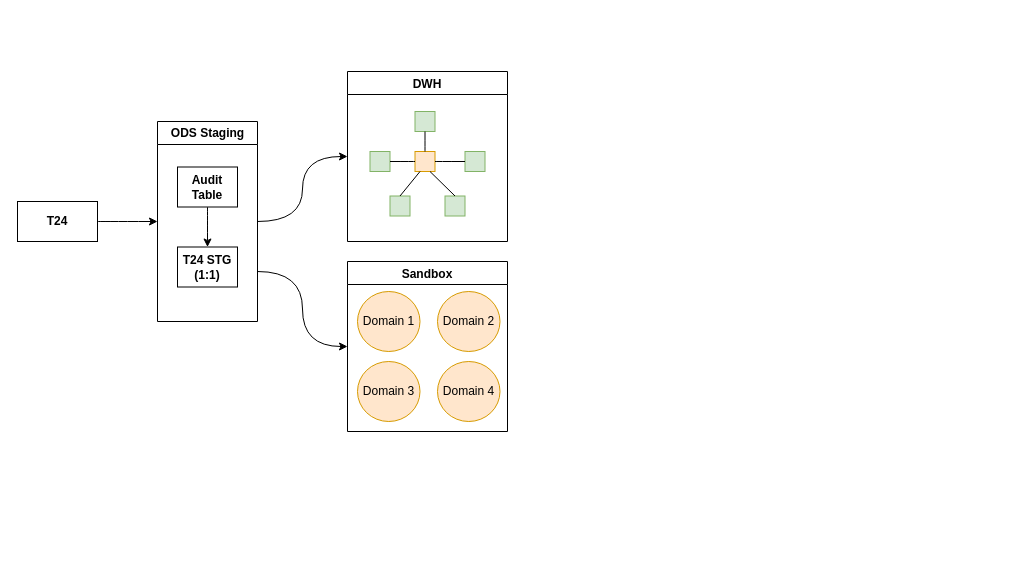
This is page "Page-3" (3 of 3) of DWH-architecture-business-steps.drawio from uyennt01/Project1, a draw.io file, before an edit. Source tidied: cells renumbered, new cells numbered last; positions are measured from the earlier drawing's top-left corner, leaving out a move shared by most shapes. Both pictures are drawn from the tidied source at 100%, with x=0, y=0 at pixel (17, 71).
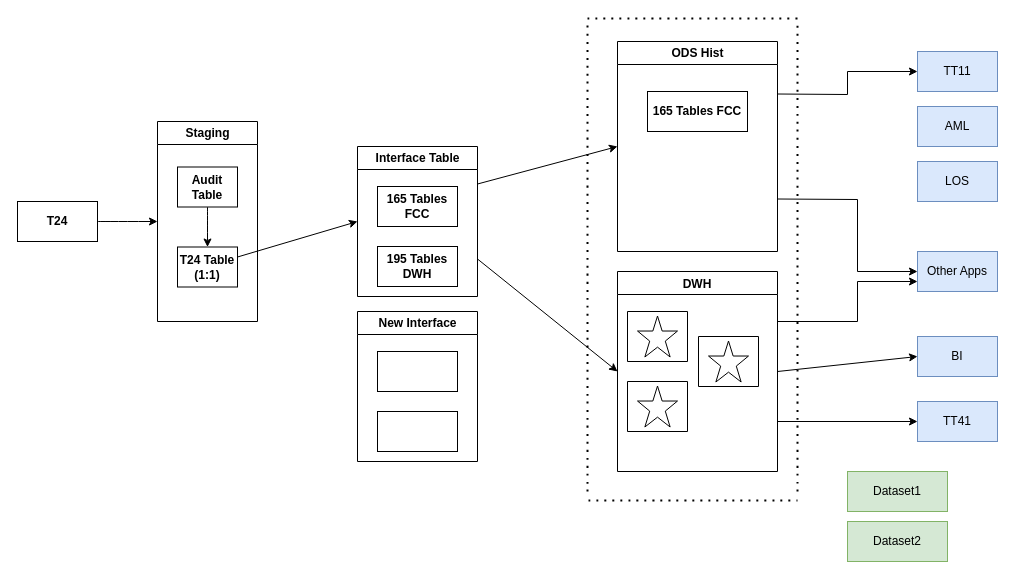
The same page after the edit.

What changed in the source:
```diff
@@
-    <mxCell id="3" value="ODS Staging" style="swimlane;fontFamily=Helvetica;fontSize=12;fontColor=default;align=center;strokeColor=default;fillColor=default;html=1;" parent="1" vertex="1">
+    <mxCell id="3" value="Staging" style="swimlane;fontFamily=Helvetica;fontSize=12;fontColor=default;align=center;strokeColor=default;fillColor=default;html=1;" parent="1" vertex="1">
       <mxGeometry x="140" y="50" width="100" height="200" as="geometry" />
     </mxCell>
@@
-    <mxCell id="5" value="T24 STG (1:1)" style="rounded=0;whiteSpace=wrap;html=1;fontSize=12;fontColor=#000000;fontStyle=1;" parent="3" vertex="1">
+    <mxCell id="5" value="T24 Table (1:1)" style="rounded=0;whiteSpace=wrap;html=1;fontSize=12;fontColor=#000000;fontStyle=1;" parent="3" vertex="1">
       <mxGeometry x="20" y="125.5" width="60" height="40" as="geometry" />
     </mxCell>
@@
     <mxCell id="8" value="DWH" style="swimlane;swimlaneFillColor=none;rounded=0;" parent="1" vertex="1">
-      <mxGeometry x="330" width="160" height="170" as="geometry" />
+      <mxGeometry x="600" y="200" width="160" height="200" as="geometry" />
     </mxCell>
-    <mxCell id="9" style="whiteSpace=wrap;html=1;rounded=0;fillColor=#d5e8d4;strokeColor=#82b366;" parent="8" vertex="1">
-      <mxGeometry x="67.5" y="40" width="20" height="20" as="geometry" />
-    </mxCell>
-    <mxCell id="10" style="whiteSpace=wrap;html=1;rounded=0;fillColor=#ffe6cc;strokeColor=#d79b00;" parent="8" vertex="1">
-      <mxGeometry x="67.5" y="80" width="20" height="20" as="geometry" />
-    </mxCell>
-    <mxCell id="11" style="edgeStyle=orthogonalEdgeStyle;jettySize=auto;html=1;entryX=0.5;entryY=1;entryDx=0;entryDy=0;endArrow=none;endFill=0;rounded=0;curved=1;exitX=0.5;exitY=0;exitDx=0;exitDy=0;" parent="8" edge="1" source="10" target="9">
-      <mxGeometry relative="1" as="geometry" />
-    </mxCell>
-    <mxCell id="12" style="whiteSpace=wrap;html=1;rounded=0;fillColor=#d5e8d4;strokeColor=#82b366;" parent="8" vertex="1">
-      <mxGeometry x="22.5" y="80" width="20" height="20" as="geometry" />
-    </mxCell>
-    <mxCell id="13" style="whiteSpace=wrap;html=1;rounded=0;fillColor=#d5e8d4;strokeColor=#82b366;" parent="8" vertex="1">
-      <mxGeometry x="117.5" y="80" width="20" height="20" as="geometry" />
-    </mxCell>
-    <mxCell id="14" style="edgeStyle=orthogonalEdgeStyle;jettySize=auto;html=1;entryX=1;entryY=0.5;entryDx=0;entryDy=0;endArrow=none;endFill=0;rounded=0;curved=1;exitX=0;exitY=0.5;exitDx=0;exitDy=0;" parent="8" edge="1" source="10" target="12">
-      <mxGeometry relative="1" as="geometry" />
-    </mxCell>
-    <mxCell id="15" style="edgeStyle=orthogonalEdgeStyle;jettySize=auto;html=1;exitX=1;exitY=0.5;exitDx=0;exitDy=0;endArrow=none;endFill=0;rounded=0;curved=1;entryX=0;entryY=0.5;entryDx=0;entryDy=0;" parent="8" edge="1" source="10" target="13">
-      <mxGeometry relative="1" as="geometry" />
-    </mxCell>
-    <mxCell id="16" style="whiteSpace=wrap;html=1;rounded=0;fillColor=#d5e8d4;strokeColor=#82b366;" parent="8" vertex="1">
-      <mxGeometry x="42.5" y="124.5" width="20" height="20" as="geometry" />
-    </mxCell>
-    <mxCell id="17" style="whiteSpace=wrap;html=1;rounded=0;fillColor=#d5e8d4;strokeColor=#82b366;" parent="8" vertex="1">
-      <mxGeometry x="97.5" y="124.5" width="20" height="20" as="geometry" />
-    </mxCell>
-    <mxCell id="18" style="endArrow=none;html=1;rounded=0;exitX=0.5;exitY=0;exitDx=0;exitDy=0;entryX=0.25;entryY=1;entryDx=0;entryDy=0;" parent="8" edge="1" source="16" target="10">
-      <mxGeometry relative="1" as="geometry" />
-    </mxCell>
-    <mxCell id="19" style="endArrow=none;html=1;rounded=0;exitX=0.5;exitY=0;exitDx=0;exitDy=0;entryX=0.75;entryY=1;entryDx=0;entryDy=0;" parent="8" edge="1" source="17" target="10">
-      <mxGeometry relative="1" as="geometry" />
-    </mxCell>
-    <mxCell id="20" style="edgeStyle=orthogonalEdgeStyle;jettySize=auto;html=1;rounded=0;curved=1;entryX=0;entryY=0.5;entryDx=0;entryDy=0;exitX=1;exitY=0.5;exitDx=0;exitDy=0;" parent="1" edge="1" source="3" target="8">
-      <mxGeometry relative="1" as="geometry" />
-    </mxCell>
-    <mxCell id="21" value="Sandbox" style="swimlane;swimlaneFillColor=none;rounded=0;" parent="1" vertex="1">
-      <mxGeometry x="330" y="190" width="160" height="170" as="geometry" />
-    </mxCell>
-    <mxCell id="22" value="Domain 2" style="ellipse;whiteSpace=wrap;html=1;fillColor=#ffe6cc;strokeColor=#d79b00;rounded=0;" parent="21" vertex="1">
-      <mxGeometry x="90" y="30" width="62.5" height="60" as="geometry" />
-    </mxCell>
-    <mxCell id="23" value="Domain 1" style="ellipse;whiteSpace=wrap;html=1;fillColor=#ffe6cc;strokeColor=#d79b00;rounded=0;" parent="21" vertex="1">
-      <mxGeometry x="10" y="30" width="62.5" height="60" as="geometry" />
-    </mxCell>
-    <mxCell id="24" value="Domain 4" style="ellipse;whiteSpace=wrap;html=1;fillColor=#ffe6cc;strokeColor=#d79b00;rounded=0;" parent="21" vertex="1">
-      <mxGeometry x="90" y="100" width="62.5" height="60" as="geometry" />
-    </mxCell>
-    <mxCell id="25" value="Domain 3" style="ellipse;whiteSpace=wrap;html=1;fillColor=#ffe6cc;strokeColor=#d79b00;rounded=0;" parent="21" vertex="1">
-      <mxGeometry x="10" y="100" width="62.5" height="60" as="geometry" />
-    </mxCell>
-    <mxCell id="26" style="edgeStyle=orthogonalEdgeStyle;jettySize=auto;html=1;rounded=0;curved=1;entryX=0;entryY=0.5;entryDx=0;entryDy=0;exitX=1;exitY=0.75;exitDx=0;exitDy=0;" parent="1" edge="1" source="3" target="21">
-      <mxGeometry relative="1" as="geometry" />
-    </mxCell>
+    <mxCell id="27" style="group;" parent="8" vertex="1">
+      <mxGeometry x="10" y="40" width="60" height="50" as="geometry" />
+    </mxCell>
+    <mxCell id="28" style="swimlane;startSize=0;swimlaneFillColor=none;glass=0;shadow=0;rounded=0;" parent="27" vertex="1">
+      <mxGeometry width="60" height="50" as="geometry" />
+    </mxCell>
+    <mxCell id="29" style="verticalLabelPosition=bottom;verticalAlign=top;html=1;shape=mxgraph.basic.star;rounded=0;" parent="27" vertex="1">
+      <mxGeometry x="10" y="4.5" width="40" height="41" as="geometry" />
+    </mxCell>
+    <mxCell id="30" style="group;" parent="8" vertex="1">
+      <mxGeometry x="10" y="110" width="60" height="50" as="geometry" />
+    </mxCell>
+    <mxCell id="31" style="swimlane;startSize=0;swimlaneFillColor=none;glass=0;shadow=0;rounded=0;" parent="30" vertex="1">
+      <mxGeometry width="60" height="50" as="geometry" />
+    </mxCell>
+    <mxCell id="32" style="verticalLabelPosition=bottom;verticalAlign=top;html=1;shape=mxgraph.basic.star;rounded=0;" parent="30" vertex="1">
+      <mxGeometry x="10" y="4.5" width="40" height="41" as="geometry" />
+    </mxCell>
+    <mxCell id="33" style="endArrow=none;dashed=1;html=1;dashPattern=1 3;strokeWidth=2;rounded=0;curved=1;" parent="1" edge="1">
+      <mxGeometry relative="1" as="geometry">
+        <mxPoint x="570" y="-53" as="sourcePoint" />
+        <mxPoint x="780" y="-53" as="targetPoint" />
+      </mxGeometry>
+    </mxCell>
+    <mxCell id="34" style="endArrow=none;dashed=1;html=1;dashPattern=1 3;strokeWidth=2;rounded=0;curved=1;" parent="1" edge="1">
+      <mxGeometry relative="1" as="geometry">
+        <mxPoint x="571" y="429" as="sourcePoint" />
+        <mxPoint x="780" y="429" as="targetPoint" />
+      </mxGeometry>
+    </mxCell>
+    <mxCell id="35" style="endArrow=none;dashed=1;html=1;dashPattern=1 3;strokeWidth=2;rounded=0;curved=1;" parent="1" edge="1">
+      <mxGeometry relative="1" as="geometry">
+        <mxPoint x="570" y="420" as="sourcePoint" />
+        <mxPoint x="570" y="-46.5" as="targetPoint" />
+      </mxGeometry>
+    </mxCell>
+    <mxCell id="36" style="endArrow=none;dashed=1;html=1;dashPattern=1 3;strokeWidth=2;rounded=0;curved=1;" parent="1" edge="1">
+      <mxGeometry relative="1" as="geometry">
+        <mxPoint x="780" y="420" as="sourcePoint" />
+        <mxPoint x="780" y="-52" as="targetPoint" />
+      </mxGeometry>
+    </mxCell>
+    <mxCell id="37" value="Interface Table" style="swimlane;fontFamily=Helvetica;fontSize=12;fontColor=default;align=center;strokeColor=default;fillColor=default;html=1;" parent="1" vertex="1">
+      <mxGeometry x="340" y="75" width="120" height="150" as="geometry" />
+    </mxCell>
+    <mxCell id="38" value="165 Tables FCC" style="rounded=0;whiteSpace=wrap;html=1;fontSize=12;fontColor=#000000;fontStyle=1;" parent="37" vertex="1">
+      <mxGeometry x="20" y="40" width="80" height="40" as="geometry" />
+    </mxCell>
+    <mxCell id="39" value="195 Tables DWH" style="rounded=0;whiteSpace=wrap;html=1;fontSize=12;fontColor=#000000;fontStyle=1;" parent="37" vertex="1">
+      <mxGeometry x="20" y="100" width="80" height="40" as="geometry" />
+    </mxCell>
+    <mxCell id="40" style="group;" parent="1" vertex="1">
+      <mxGeometry x="681" y="265" width="60" height="50" as="geometry" />
+    </mxCell>
+    <mxCell id="41" style="swimlane;startSize=0;swimlaneFillColor=none;glass=0;shadow=0;rounded=0;" parent="40" vertex="1">
+      <mxGeometry width="60" height="50" as="geometry" />
+    </mxCell>
+    <mxCell id="42" style="verticalLabelPosition=bottom;verticalAlign=top;html=1;shape=mxgraph.basic.star;rounded=0;" parent="40" vertex="1">
+      <mxGeometry x="10" y="4.5" width="40" height="41" as="geometry" />
+    </mxCell>
+    <mxCell id="43" value="TT11" style="rounded=0;whiteSpace=wrap;html=1;fillColor=#dae8fc;strokeColor=#6c8ebf;" parent="1" vertex="1">
+      <mxGeometry x="900" y="-20" width="80" height="40" as="geometry" />
+    </mxCell>
+    <mxCell id="44" value="TT41" style="rounded=0;whiteSpace=wrap;html=1;fillColor=#dae8fc;strokeColor=#6c8ebf;" parent="1" vertex="1">
+      <mxGeometry x="900" y="330" width="80" height="40" as="geometry" />
+    </mxCell>
+    <mxCell id="45" value="LOS" style="rounded=0;whiteSpace=wrap;html=1;fillColor=#dae8fc;strokeColor=#6c8ebf;" parent="1" vertex="1">
+      <mxGeometry x="900" y="90" width="80" height="40" as="geometry" />
+    </mxCell>
+    <mxCell id="46" value="AML" style="rounded=0;whiteSpace=wrap;html=1;fillColor=#dae8fc;strokeColor=#6c8ebf;" parent="1" vertex="1">
+      <mxGeometry x="900" y="35" width="80" height="40" as="geometry" />
+    </mxCell>
+    <mxCell id="47" value="BI" style="rounded=0;whiteSpace=wrap;html=1;fillColor=#dae8fc;strokeColor=#6c8ebf;" parent="1" vertex="1">
+      <mxGeometry x="900" y="265" width="80" height="40" as="geometry" />
+    </mxCell>
+    <mxCell id="48" value="Other Apps" style="rounded=0;whiteSpace=wrap;html=1;fillColor=#dae8fc;strokeColor=#6c8ebf;" parent="1" vertex="1">
+      <mxGeometry x="900" y="180" width="80" height="40" as="geometry" />
+    </mxCell>
+    <mxCell id="49" value="ODS Hist" style="swimlane;fontFamily=Helvetica;fontSize=12;fontColor=default;align=center;strokeColor=default;fillColor=default;html=1;" parent="1" vertex="1">
+      <mxGeometry x="600" y="-30" width="160" height="210" as="geometry" />
+    </mxCell>
+    <mxCell id="50" value="165 Tables FCC" style="rounded=0;whiteSpace=wrap;html=1;fontSize=12;fontColor=#000000;fontStyle=1;" parent="49" vertex="1">
+      <mxGeometry x="30" y="50" width="100" height="40" as="geometry" />
+    </mxCell>
+    <mxCell id="51" style="endArrow=classic;html=1;rounded=0;entryX=0;entryY=0.5;entryDx=0;entryDy=0;exitX=1;exitY=0.5;exitDx=0;exitDy=0;" parent="1" edge="1" source="8" target="47">
+      <mxGeometry relative="1" as="geometry" />
+    </mxCell>
+    <mxCell id="52" style="endArrow=classic;html=1;rounded=0;exitX=1;exitY=0.75;exitDx=0;exitDy=0;entryX=0;entryY=0.5;entryDx=0;entryDy=0;" parent="1" edge="1" source="8" target="44">
+      <mxGeometry relative="1" as="geometry" />
+    </mxCell>
+    <mxCell id="53" style="endArrow=classic;html=1;rounded=0;exitX=1;exitY=0.75;exitDx=0;exitDy=0;entryX=0;entryY=0.5;entryDx=0;entryDy=0;" parent="1" edge="1" source="49" target="48">
+      <mxGeometry relative="1" as="geometry">
+        <Array as="points">
+          <mxPoint x="840" y="128" />
+          <mxPoint x="840" y="200" />
+        </Array>
+      </mxGeometry>
+    </mxCell>
+    <mxCell id="54" style="endArrow=classic;html=1;rounded=0;exitX=1;exitY=0.25;exitDx=0;exitDy=0;entryX=0;entryY=0.75;entryDx=0;entryDy=0;" parent="1" edge="1" source="8" target="48">
+      <mxGeometry relative="1" as="geometry">
+        <Array as="points">
+          <mxPoint x="840" y="250" />
+          <mxPoint x="840" y="210" />
+        </Array>
+      </mxGeometry>
+    </mxCell>
+    <mxCell id="55" style="endArrow=classic;html=1;rounded=0;exitX=1;exitY=0.25;exitDx=0;exitDy=0;entryX=0;entryY=0.5;entryDx=0;entryDy=0;" parent="1" edge="1" source="37" target="49">
+      <mxGeometry relative="1" as="geometry" />
+    </mxCell>
+    <mxCell id="56" style="endArrow=classic;html=1;rounded=0;exitX=1;exitY=0.75;exitDx=0;exitDy=0;entryX=0;entryY=0.5;entryDx=0;entryDy=0;" parent="1" edge="1" source="37" target="8">
+      <mxGeometry relative="1" as="geometry" />
+    </mxCell>
+    <mxCell id="57" style="endArrow=classic;html=1;rounded=0;exitX=1;exitY=0.25;exitDx=0;exitDy=0;entryX=0;entryY=0.5;entryDx=0;entryDy=0;" parent="1" edge="1" source="5" target="37">
+      <mxGeometry relative="1" as="geometry" />
+    </mxCell>
+    <mxCell id="58" value="New Interface" style="swimlane;fontFamily=Helvetica;fontSize=12;fontColor=default;align=center;strokeColor=default;fillColor=default;html=1;" parent="1" vertex="1">
+      <mxGeometry x="340" y="240" width="120" height="150" as="geometry" />
+    </mxCell>
+    <mxCell id="59" style="rounded=0;whiteSpace=wrap;html=1;fontSize=12;fontColor=#000000;fontStyle=1;" parent="58" vertex="1">
+      <mxGeometry x="20" y="40" width="80" height="40" as="geometry" />
+    </mxCell>
+    <mxCell id="60" style="rounded=0;whiteSpace=wrap;html=1;fontSize=12;fontColor=#000000;fontStyle=1;" parent="58" vertex="1">
+      <mxGeometry x="20" y="100" width="80" height="40" as="geometry" />
+    </mxCell>
+    <mxCell id="61" style="endArrow=classic;html=1;rounded=0;exitX=1;exitY=0.25;exitDx=0;exitDy=0;entryX=0;entryY=0.5;entryDx=0;entryDy=0;" parent="1" edge="1" source="49" target="43">
+      <mxGeometry relative="1" as="geometry">
+        <Array as="points">
+          <mxPoint x="830" y="23" />
+          <mxPoint x="830" />
+        </Array>
+      </mxGeometry>
+    </mxCell>
+    <mxCell id="62" value="Dataset2" style="rounded=0;whiteSpace=wrap;html=1;fillColor=#d5e8d4;strokeColor=#82b366;" parent="1" vertex="1">
+      <mxGeometry x="830" y="450" width="100" height="40" as="geometry" />
+    </mxCell>
+    <mxCell id="63" value="Dataset1" style="rounded=0;whiteSpace=wrap;html=1;fillColor=#d5e8d4;strokeColor=#82b366;" parent="1" vertex="1">
+      <mxGeometry x="830" y="400" width="100" height="40" as="geometry" />
+    </mxCell>
```
